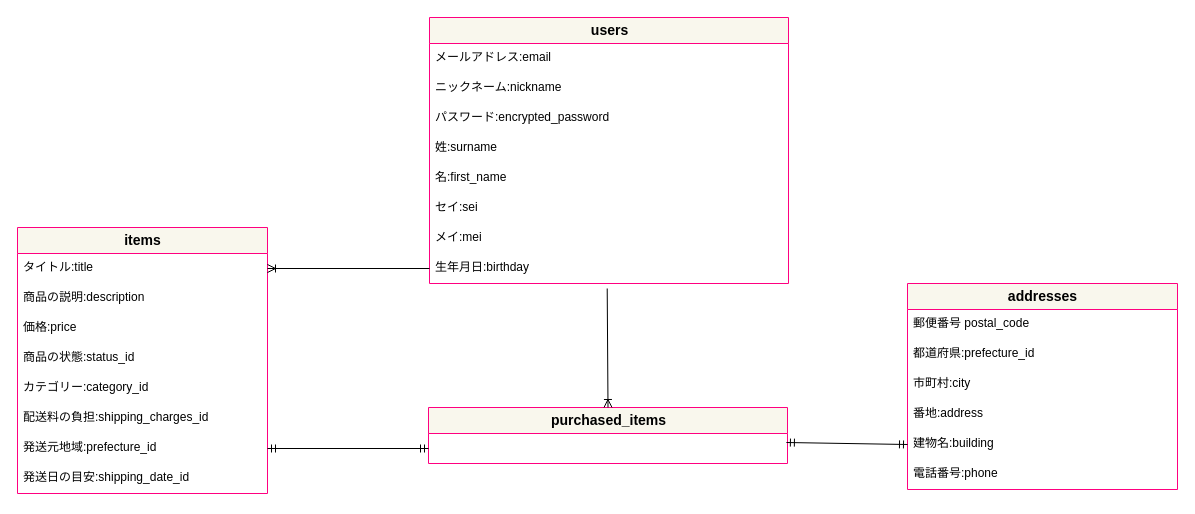
This is er.dio from MikaArakawa/furima-35455, a draw.io file, before an edit. Source tidied: cells renumbered, new cells numbered last; positions are measured from the earlier drawing's top-left corner, leaving out a move shared by most shapes. Both pictures are drawn from the tidied source at 100%, with x=0, y=0 at pixel (17, 17).
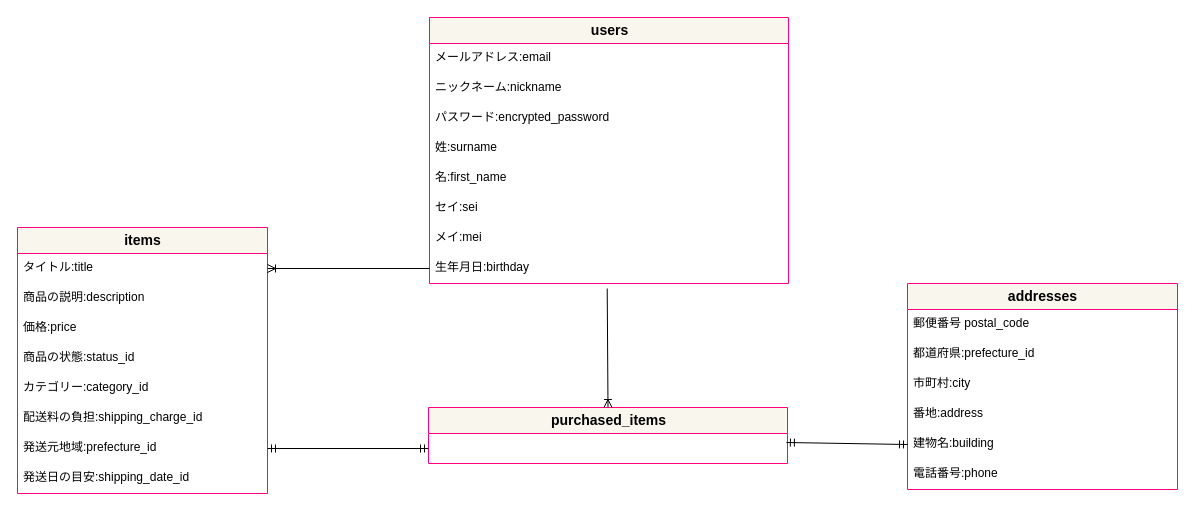
The same diagram, later.

Unchanged cells that the change refers to:
```xml
<mxCell id="2" value="&lt;font color=&quot;#000000&quot;&gt;&lt;b&gt;items&lt;/b&gt;&lt;/font&gt;" style="swimlane;fontStyle=0;horizontal=1;startSize=26;align=center;fontSize=14;strokeColor=#FF0080;fillColor=#f9f7ed;html=1;" parent="1" vertex="1">
  <mxGeometry y="210" width="250" height="266" as="geometry" />
</mxCell>
```

What changed in the source:
```diff
@@
-    <mxCell id="8" value="配送料の負担:shipping_charges_id" style="text;strokeColor=none;fillColor=none;spacingLeft=4;spacingRight=4;overflow=hidden;fontSize=12;" parent="2" vertex="1">
+    <mxCell id="8" value="配送料の負担:shipping_charge_id" style="text;strokeColor=none;fillColor=none;spacingLeft=4;spacingRight=4;overflow=hidden;fontSize=12;" parent="2" vertex="1">
       <mxGeometry y="176" width="250" height="30" as="geometry" />
     </mxCell>
```
